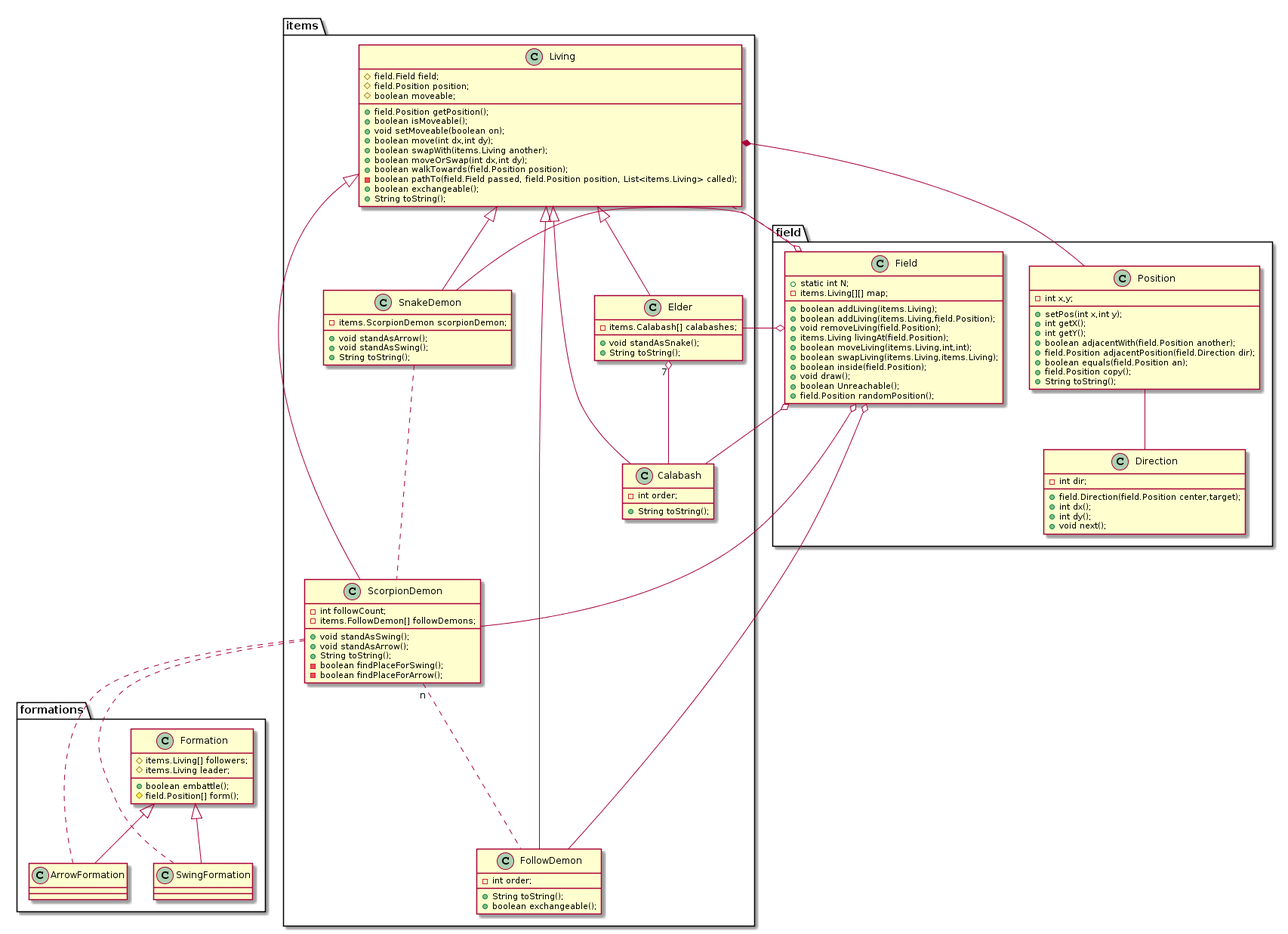
Before: 4-Types/马兴越-171870660/uml.png, a diagram exported from PlantUML (ss881/java-2019-homeworks).
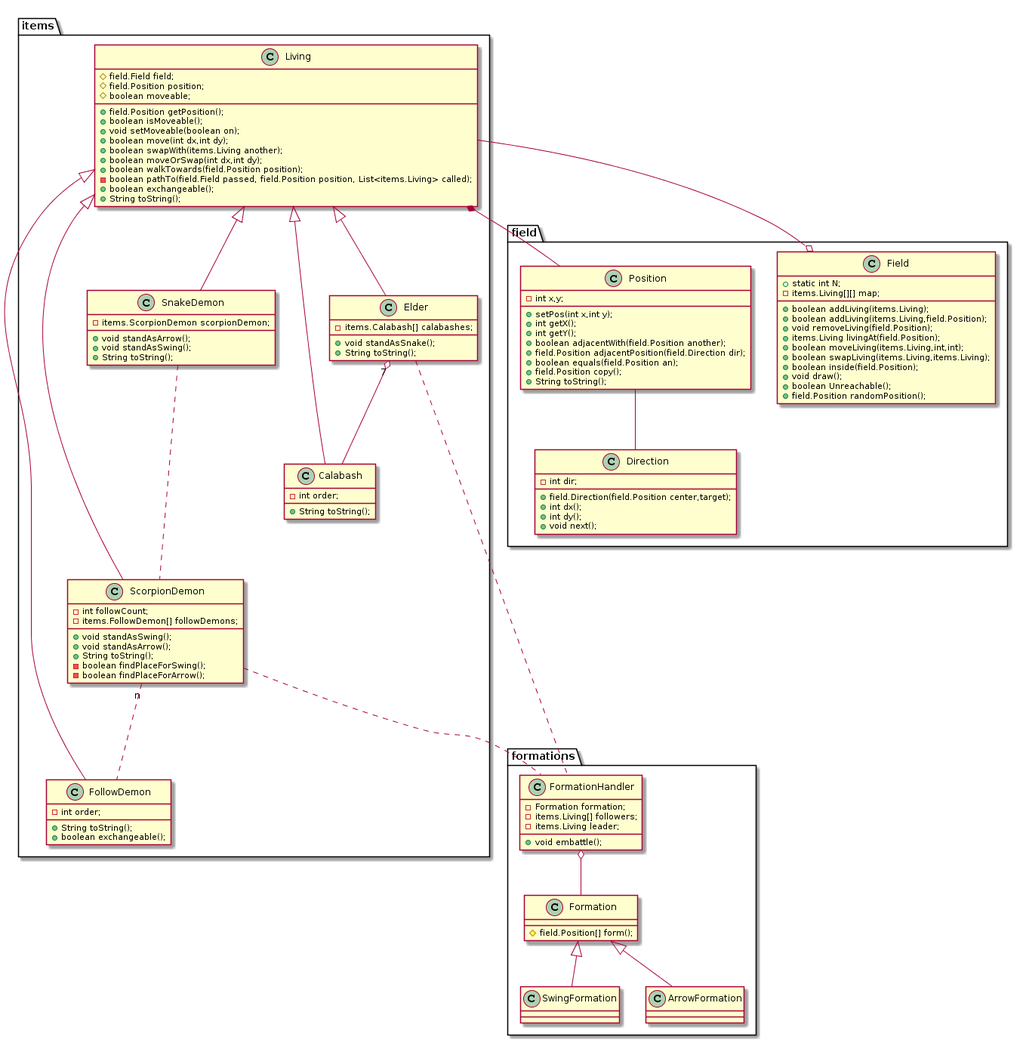
The same diagram one commit later.

The edit, as a diff of the source:
```diff
@@ -15,7 +15,7 @@
     +String toString();
 }
 
-items.Living ... field.Field
+field.Field o-- items.Living
 items.Living *-- field.Position
 
 class items.Calabash{
@@ -24,7 +24,6 @@
 }
 
 items.Living <|-- items.Calabash
-field.Field o-- items.Calabash
 
 class items.Elder{
     -items.Calabash[] calabashes;
@@ -34,7 +33,6 @@
 
 items.Living <|-- items.Elder
 items.Elder "7" o-- items.Calabash
-field.Field o-- items.Elder
 
 class items.FollowDemon{
     -int order;
@@ -43,7 +41,6 @@
 }
 
 items.Living <|-- items.FollowDemon
-field.Field o-- items.FollowDemon
 
 class items.ScorpionDemon{
     -int followCount;
@@ -57,7 +54,6 @@
 
 items.Living <|-- items.ScorpionDemon
 items.ScorpionDemon "n" ... items.FollowDemon
-field.Field o-- items.ScorpionDemon
 
 class items.SnakeDemon{
     -items.ScorpionDemon scorpionDemon;
@@ -68,7 +64,6 @@
 
 items.Living <|-- items.SnakeDemon
 items.SnakeDemon ... items.ScorpionDemon
-field.Field o-- items.SnakeDemon
 
 class field.Position{
     -int x,y;
@@ -108,9 +103,6 @@
 }
 
 class formations.Formation{
-    #items.Living[] followers;
-    #items.Living leader;
-    +boolean embattle();
     #field.Position[] form();
 }
 
@@ -125,6 +117,15 @@
 
 formations.Formation <|-- formations.ArrowFormation
 
-items.ScorpionDemon ... formations.SwingFormation
-items.ScorpionDemon ... formations.ArrowFormation
+class formations.FormationHandler{
+    -Formation formation;
+    -items.Living[] followers;
+    -items.Living leader;
+    +void embattle();
+}
+
+formations.FormationHandler o-- formations.Formation
+
+items.ScorpionDemon ... formations.FormationHandler
+items.Elder ... formations.FormationHandler
 @enduml
```
